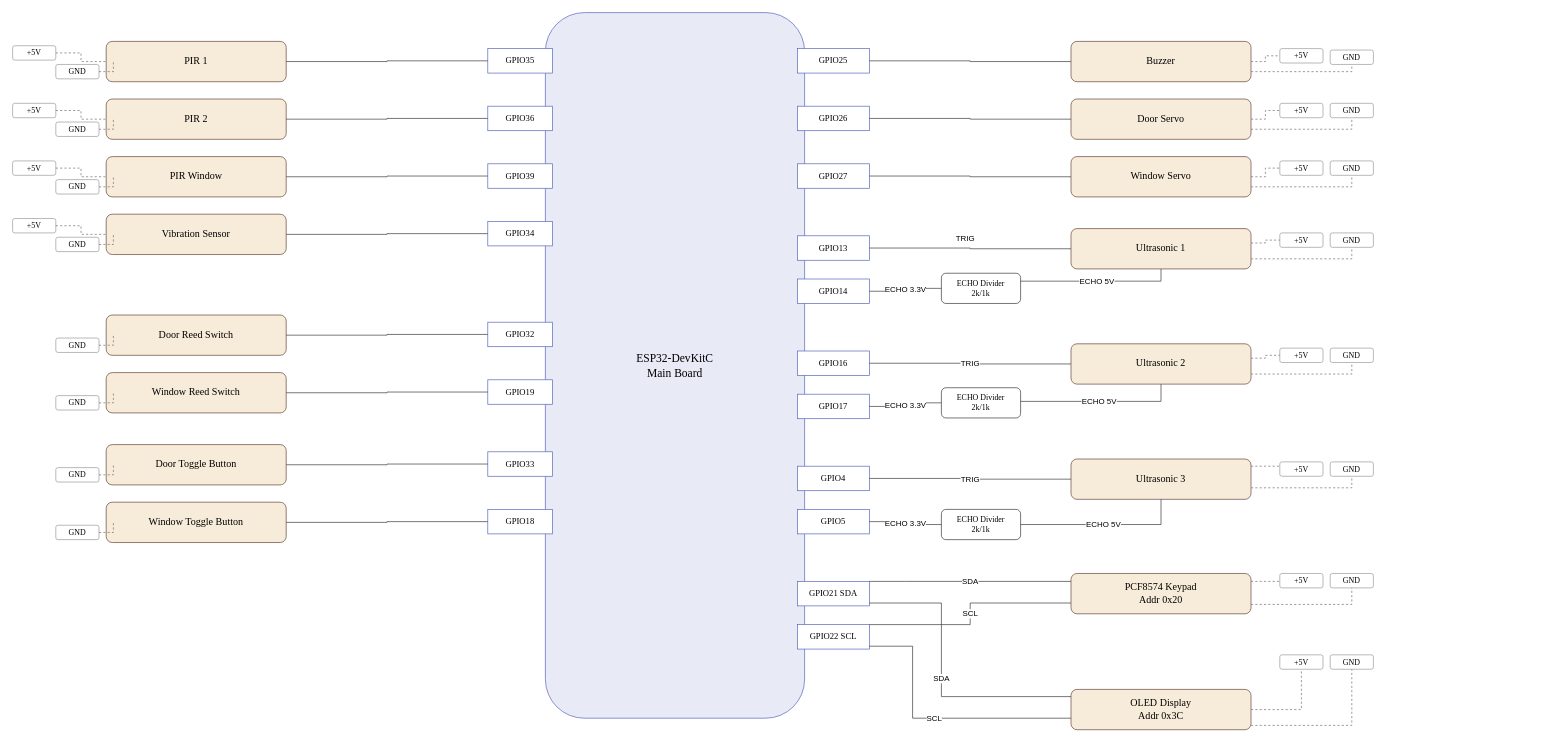
This is docs/circuit_diagram.drawio from non1555/EmbeddedSecurityHome, a draw.io file, before an edit. Source tidied: cells renumbered, new cells numbered last; positions are measured from the earlier drawing's top-left corner, leaving out a move shared by most shapes. Both pictures are drawn from the tidied source at 72%, with x=0, y=0 at pixel (12, 12).
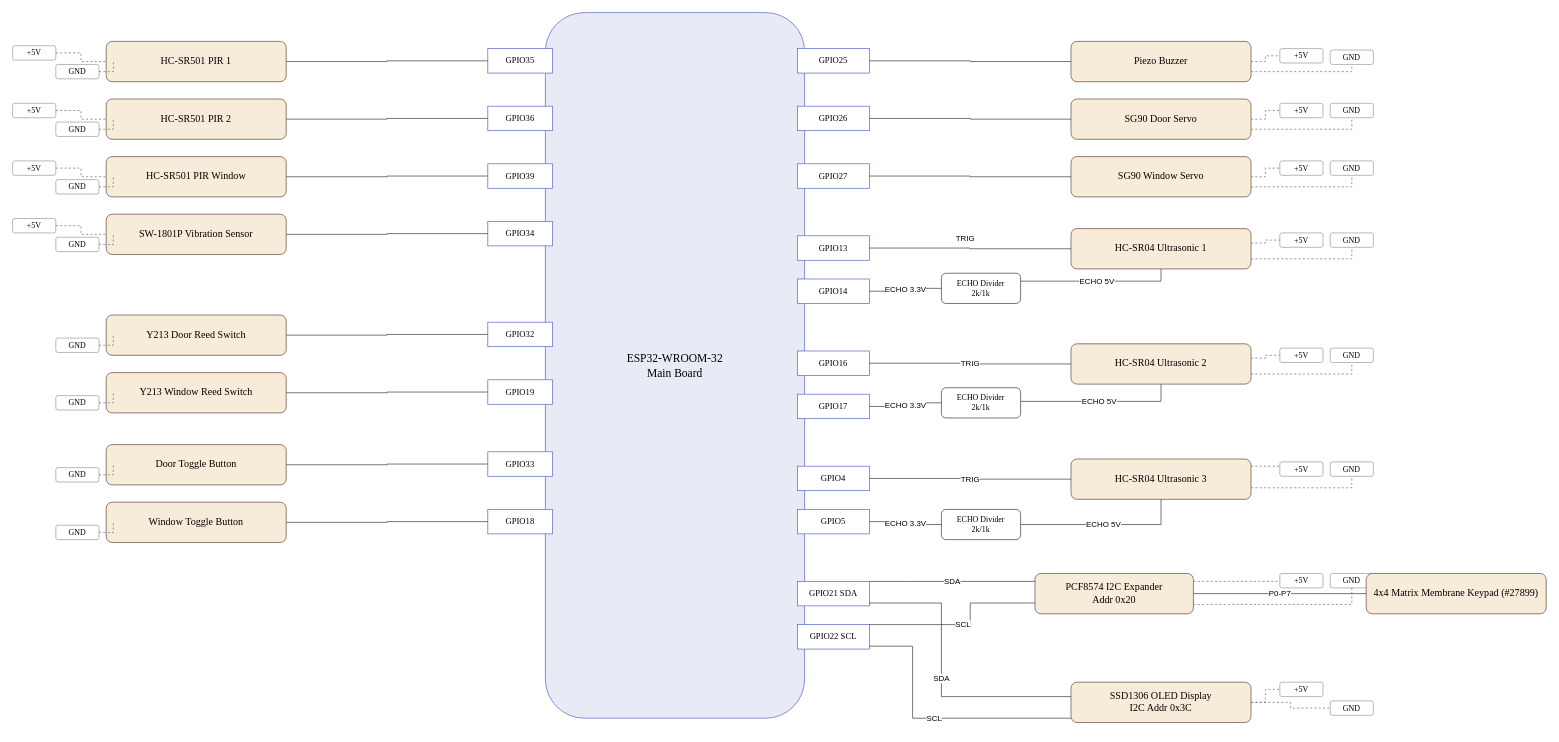
After the change.

Commit message (it also covers changes not shown here):
Refine circuit diagram labels and layout

Change to the diagram source:
```diff
@@
-    <mxCell id="2" value="ESP32-DevKitC&lt;br&gt;Main Board" style="rounded=1;whiteSpace=wrap;html=1;fillColor=#e8eaf6;strokeColor=#5c6bc0;fontFamily=Times New Roman;fontSize=16;" parent="1" vertex="1">
+    <mxCell id="2" value="ESP32-WROOM-32&lt;br&gt;Main Board" style="rounded=1;whiteSpace=wrap;html=1;fillColor=#e8eaf6;strokeColor=#5c6bc0;fontFamily=Times New Roman;fontSize=16;" parent="1" vertex="1">
       <mxGeometry x="740" width="360" height="980" as="geometry" />
     </mxCell>
@@
-    <mxCell id="22" value="PIR 1" style="rounded=1;whiteSpace=wrap;html=1;fillColor=#f7ecd9;strokeColor=#6d4c41;fontFamily=Times New Roman;fontSize=14;" parent="1" vertex="1">
+    <mxCell id="22" value="HC-SR501 PIR 1" style="rounded=1;whiteSpace=wrap;html=1;fillColor=#f7ecd9;strokeColor=#6d4c41;fontFamily=Times New Roman;fontSize=14;" parent="1" vertex="1">
       <mxGeometry x="130" y="40" width="250" height="56" as="geometry" />
     </mxCell>
-    <mxCell id="23" value="PIR 2" style="rounded=1;whiteSpace=wrap;html=1;fillColor=#f7ecd9;strokeColor=#6d4c41;fontFamily=Times New Roman;fontSize=14;" parent="1" vertex="1">
+    <mxCell id="23" value="HC-SR501 PIR 2" style="rounded=1;whiteSpace=wrap;html=1;fillColor=#f7ecd9;strokeColor=#6d4c41;fontFamily=Times New Roman;fontSize=14;" parent="1" vertex="1">
       <mxGeometry x="130" y="120" width="250" height="56" as="geometry" />
     </mxCell>
-    <mxCell id="24" value="PIR Window" style="rounded=1;whiteSpace=wrap;html=1;fillColor=#f7ecd9;strokeColor=#6d4c41;fontFamily=Times New Roman;fontSize=14;" parent="1" vertex="1">
+    <mxCell id="24" value="HC-SR501 PIR Window" style="rounded=1;whiteSpace=wrap;html=1;fillColor=#f7ecd9;strokeColor=#6d4c41;fontFamily=Times New Roman;fontSize=14;" parent="1" vertex="1">
       <mxGeometry x="130" y="200" width="250" height="56" as="geometry" />
     </mxCell>
-    <mxCell id="25" value="Vibration Sensor" style="rounded=1;whiteSpace=wrap;html=1;fillColor=#f7ecd9;strokeColor=#6d4c41;fontFamily=Times New Roman;fontSize=14;" parent="1" vertex="1">
+    <mxCell id="25" value="SW-1801P Vibration Sensor" style="rounded=1;whiteSpace=wrap;html=1;fillColor=#f7ecd9;strokeColor=#6d4c41;fontFamily=Times New Roman;fontSize=14;" parent="1" vertex="1">
       <mxGeometry x="130" y="280" width="250" height="56" as="geometry" />
     </mxCell>
-    <mxCell id="26" value="Door Reed Switch" style="rounded=1;whiteSpace=wrap;html=1;fillColor=#f7ecd9;strokeColor=#6d4c41;fontFamily=Times New Roman;fontSize=14;" parent="1" vertex="1">
+    <mxCell id="26" value="Y213 Door Reed Switch" style="rounded=1;whiteSpace=wrap;html=1;fillColor=#f7ecd9;strokeColor=#6d4c41;fontFamily=Times New Roman;fontSize=14;" parent="1" vertex="1">
       <mxGeometry x="130" y="420" width="250" height="56" as="geometry" />
     </mxCell>
-    <mxCell id="27" value="Window Reed Switch" style="rounded=1;whiteSpace=wrap;html=1;fillColor=#f7ecd9;strokeColor=#6d4c41;fontFamily=Times New Roman;fontSize=14;" parent="1" vertex="1">
+    <mxCell id="27" value="Y213 Window Reed Switch" style="rounded=1;whiteSpace=wrap;html=1;fillColor=#f7ecd9;strokeColor=#6d4c41;fontFamily=Times New Roman;fontSize=14;" parent="1" vertex="1">
       <mxGeometry x="130" y="500" width="250" height="56" as="geometry" />
     </mxCell>
@@
-    <mxCell id="30" value="Buzzer" style="rounded=1;whiteSpace=wrap;html=1;fillColor=#f7ecd9;strokeColor=#6d4c41;fontFamily=Times New Roman;fontSize=14;" parent="1" vertex="1">
+    <mxCell id="30" value="Piezo Buzzer" style="rounded=1;whiteSpace=wrap;html=1;fillColor=#f7ecd9;strokeColor=#6d4c41;fontFamily=Times New Roman;fontSize=14;" parent="1" vertex="1">
       <mxGeometry x="1470" y="40" width="250" height="56" as="geometry" />
     </mxCell>
-    <mxCell id="31" value="Door Servo" style="rounded=1;whiteSpace=wrap;html=1;fillColor=#f7ecd9;strokeColor=#6d4c41;fontFamily=Times New Roman;fontSize=14;" parent="1" vertex="1">
+    <mxCell id="31" value="SG90 Door Servo" style="rounded=1;whiteSpace=wrap;html=1;fillColor=#f7ecd9;strokeColor=#6d4c41;fontFamily=Times New Roman;fontSize=14;" parent="1" vertex="1">
       <mxGeometry x="1470" y="120" width="250" height="56" as="geometry" />
     </mxCell>
-    <mxCell id="32" value="Window Servo" style="rounded=1;whiteSpace=wrap;html=1;fillColor=#f7ecd9;strokeColor=#6d4c41;fontFamily=Times New Roman;fontSize=14;" parent="1" vertex="1">
+    <mxCell id="32" value="SG90 Window Servo" style="rounded=1;whiteSpace=wrap;html=1;fillColor=#f7ecd9;strokeColor=#6d4c41;fontFamily=Times New Roman;fontSize=14;" parent="1" vertex="1">
       <mxGeometry x="1470" y="200" width="250" height="56" as="geometry" />
     </mxCell>
-    <mxCell id="33" value="Ultrasonic 1" style="rounded=1;whiteSpace=wrap;html=1;fillColor=#f7ecd9;strokeColor=#6d4c41;fontFamily=Times New Roman;fontSize=14;" parent="1" vertex="1">
+    <mxCell id="33" value="HC-SR04 Ultrasonic 1" style="rounded=1;whiteSpace=wrap;html=1;fillColor=#f7ecd9;strokeColor=#6d4c41;fontFamily=Times New Roman;fontSize=14;" parent="1" vertex="1">
       <mxGeometry x="1470" y="300" width="250" height="56" as="geometry" />
     </mxCell>
-    <mxCell id="34" value="Ultrasonic 2" style="rounded=1;whiteSpace=wrap;html=1;fillColor=#f7ecd9;strokeColor=#6d4c41;fontFamily=Times New Roman;fontSize=14;" parent="1" vertex="1">
+    <mxCell id="34" value="HC-SR04 Ultrasonic 2" style="rounded=1;whiteSpace=wrap;html=1;fillColor=#f7ecd9;strokeColor=#6d4c41;fontFamily=Times New Roman;fontSize=14;" parent="1" vertex="1">
       <mxGeometry x="1470" y="460" width="250" height="56" as="geometry" />
     </mxCell>
-    <mxCell id="35" value="Ultrasonic 3" style="rounded=1;whiteSpace=wrap;html=1;fillColor=#f7ecd9;strokeColor=#6d4c41;fontFamily=Times New Roman;fontSize=14;" parent="1" vertex="1">
+    <mxCell id="35" value="HC-SR04 Ultrasonic 3" style="rounded=1;whiteSpace=wrap;html=1;fillColor=#f7ecd9;strokeColor=#6d4c41;fontFamily=Times New Roman;fontSize=14;" parent="1" vertex="1">
       <mxGeometry x="1470" y="620" width="250" height="56" as="geometry" />
     </mxCell>
-    <mxCell id="36" value="PCF8574 Keypad&lt;br&gt;Addr 0x20" style="rounded=1;whiteSpace=wrap;html=1;fillColor=#f7ecd9;strokeColor=#6d4c41;fontFamily=Times New Roman;fontSize=14;" parent="1" vertex="1">
-      <mxGeometry x="1470" y="779" width="250" height="56" as="geometry" />
+    <mxCell id="36" value="PCF8574 I2C Expander&lt;br&gt;Addr 0x20" style="rounded=1;whiteSpace=wrap;html=1;fillColor=#f7ecd9;strokeColor=#6d4c41;fontFamily=Times New Roman;fontSize=14;" parent="1" vertex="1">
+      <mxGeometry x="1420" y="779" width="220" height="56" as="geometry" />
     </mxCell>
-    <mxCell id="37" value="OLED Display&lt;br&gt;Addr 0x3C" style="rounded=1;whiteSpace=wrap;html=1;fillColor=#f7ecd9;strokeColor=#6d4c41;fontFamily=Times New Roman;fontSize=14;" parent="1" vertex="1">
-      <mxGeometry x="1470" y="940" width="250" height="56" as="geometry" />
+    <mxCell id="37" value="SSD1306 OLED Display&lt;br&gt;I2C Addr 0x3C" style="rounded=1;whiteSpace=wrap;html=1;fillColor=#f7ecd9;strokeColor=#6d4c41;fontFamily=Times New Roman;fontSize=14;" parent="1" vertex="1">
+      <mxGeometry x="1470" y="930" width="250" height="56" as="geometry" />
     </mxCell>
@@
     <mxCell id="93" value="+5V" style="rounded=1;whiteSpace=wrap;html=1;fillColor=#ffffff;strokeColor=#9e9e9e;fontFamily=Times New Roman;fontSize=11;" parent="1" vertex="1">
-      <mxGeometry x="1760" y="892" width="60" height="20" as="geometry" />
+      <mxGeometry x="1760" y="930" width="60" height="20" as="geometry" />
     </mxCell>
@@
     <mxCell id="95" value="GND" style="rounded=1;whiteSpace=wrap;html=1;fillColor=#ffffff;strokeColor=#9e9e9e;fontFamily=Times New Roman;fontSize=11;" parent="1" vertex="1">
-      <mxGeometry x="1830" y="892" width="60" height="20" as="geometry" />
+      <mxGeometry x="1830" y="956" width="60" height="20" as="geometry" />
     </mxCell>
     <mxCell id="96" style="edgeStyle=orthogonalEdgeStyle;rounded=0;jettySize=auto;html=1;endArrow=none;startArrow=none;strokeColor=#757575;dashed=1;" parent="1" edge="1" source="37" target="95">
-      <mxGeometry relative="1" as="geometry">
-        <Array as="points">
-          <mxPoint x="1860" y="990" />
-        </Array>
-      </mxGeometry>
+      <mxGeometry relative="1" as="geometry" />
     </mxCell>
@@
+    <mxCell id="121" value="4x4 Matrix Membrane Keypad (#27899)" style="rounded=1;whiteSpace=wrap;html=1;fillColor=#f7ecd9;strokeColor=#6d4c41;fontFamily=Times New Roman;fontSize=14;" parent="1" vertex="1">
+      <mxGeometry x="1880" y="779" width="250" height="56" as="geometry" />
+    </mxCell>
+    <mxCell id="122" value="P0-P7" style="edgeStyle=orthogonalEdgeStyle;rounded=0;jettySize=auto;html=1;endArrow=none;startArrow=none;strokeColor=#424242;" parent="1" edge="1" source="36" target="121">
+      <mxGeometry relative="1" as="geometry" />
+    </mxCell>
```
